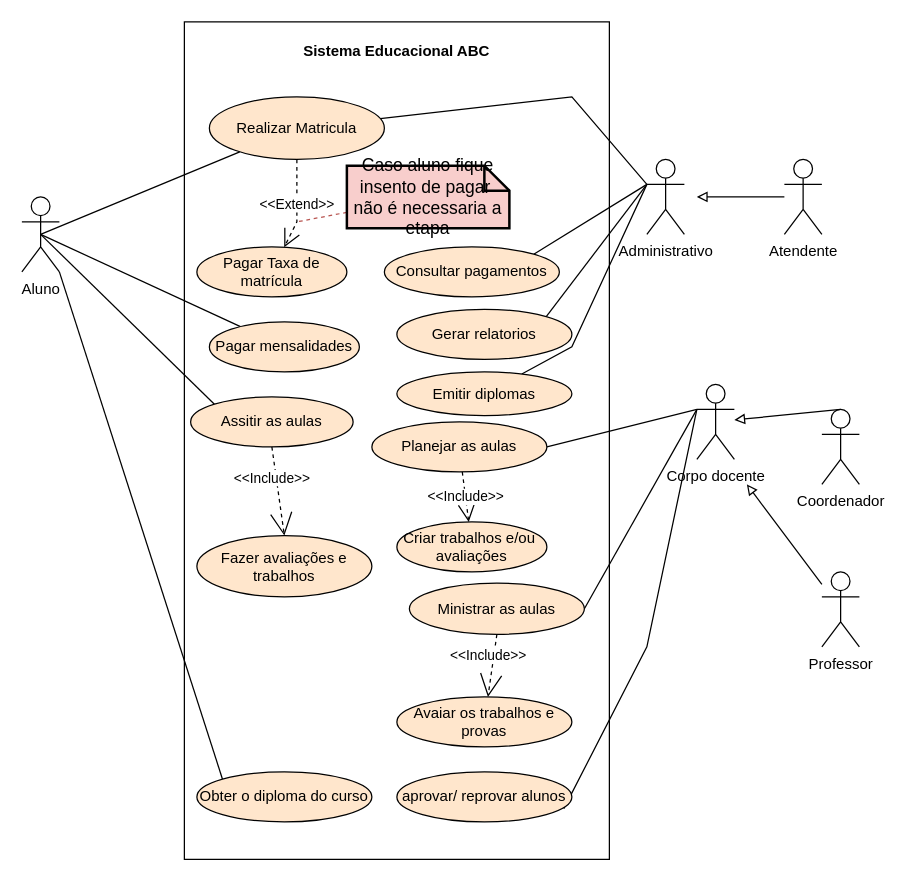
This is CasoDeUso/Diagrama de caso de uso.drawio from EAbeier/Analise-e-Modelagem-de-Sistemas, a draw.io file, before an edit. Source tidied: cells renumbered, new cells numbered last; positions are measured from the earlier drawing's top-left corner, leaving out a move shared by most shapes. Both pictures are drawn from the tidied source at 125%, with x=0, y=0 at pixel (21, 21).
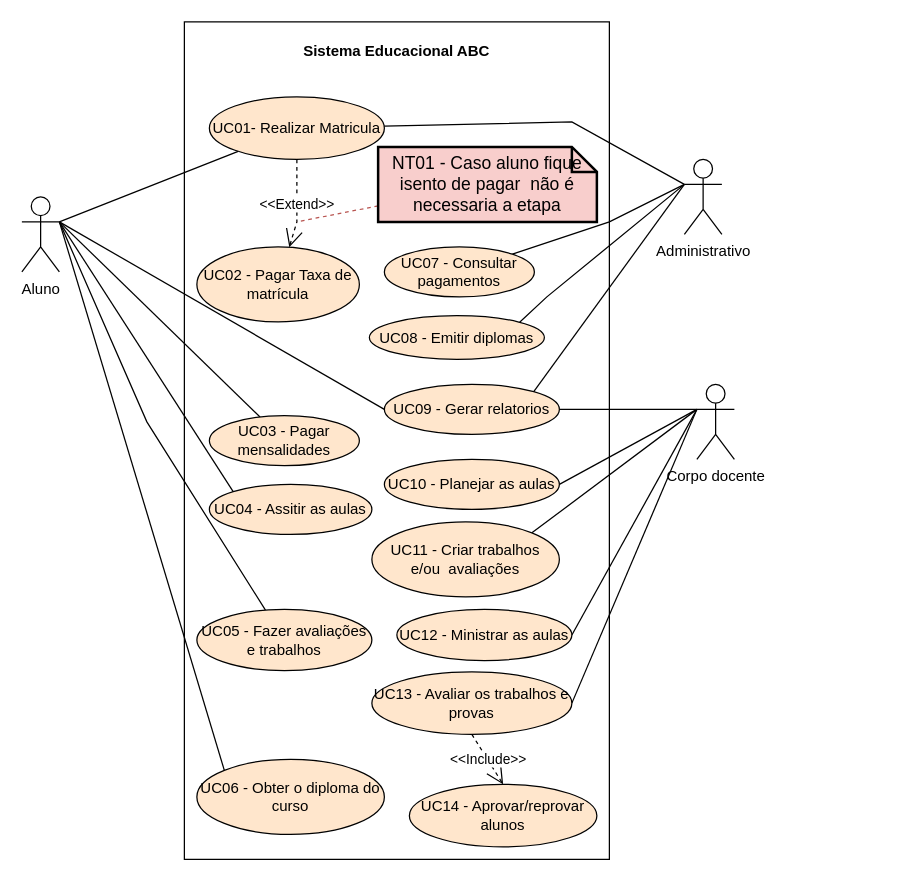
The same diagram, later.

The change refers to these unchanged cells:
```xml
<mxCell id="7" value="Aluno" style="shape=umlActor;verticalLabelPosition=bottom;verticalAlign=top;html=1;outlineConnect=0;" parent="1" vertex="1">
  <mxGeometry y="140" width="30" height="60" as="geometry" />
</mxCell>
<mxCell id="27" value="Corpo docente" style="shape=umlActor;verticalLabelPosition=bottom;verticalAlign=top;html=1;outlineConnect=0;strokeColor=#000000;" parent="1" vertex="1">
  <mxGeometry x="540" y="290" width="30" height="60" as="geometry" />
</mxCell>
```

Change to the diagram source:
```diff
@@
-    <mxCell id="3" style="rounded=0;jettySize=auto;html=1;endArrow=none;endFill=0;exitX=0.5;exitY=0.5;exitDx=0;exitDy=0;exitPerimeter=0;" parent="1" edge="1" source="7" target="14">
+    <mxCell id="3" style="rounded=0;jettySize=auto;html=1;endArrow=none;endFill=0;exitX=1;exitY=0.3333333333333333;exitDx=0;exitDy=0;exitPerimeter=0;" parent="1" edge="1" source="7" target="14">
       <mxGeometry relative="1" as="geometry" />
     </mxCell>
-    <mxCell id="4" style="edgeStyle=none;rounded=0;jettySize=auto;html=1;endArrow=none;endFill=0;exitX=0.5;exitY=0.5;exitDx=0;exitDy=0;exitPerimeter=0;" parent="1" edge="1" source="7" target="28">
+    <mxCell id="4" style="edgeStyle=none;rounded=0;jettySize=auto;html=1;endArrow=none;endFill=0;exitX=1;exitY=0.3333333333333333;exitDx=0;exitDy=0;exitPerimeter=0;" parent="1" edge="1" source="7" target="28">
       <mxGeometry relative="1" as="geometry" />
     </mxCell>
-    <mxCell id="5" style="edgeStyle=none;rounded=0;jettySize=auto;html=1;entryX=0;entryY=0;entryDx=0;entryDy=0;endArrow=none;endFill=0;exitX=0.5;exitY=0.5;exitDx=0;exitDy=0;exitPerimeter=0;" parent="1" edge="1" source="7" target="31">
+    <mxCell id="5" style="edgeStyle=none;rounded=0;jettySize=auto;html=1;entryX=0;entryY=0;entryDx=0;entryDy=0;endArrow=none;endFill=0;exitX=1;exitY=0.3333333333333333;exitDx=0;exitDy=0;exitPerimeter=0;" parent="1" edge="1" source="7" target="31">
       <mxGeometry relative="1" as="geometry" />
     </mxCell>
-    <mxCell id="6" style="edgeStyle=none;rounded=0;jettySize=auto;html=1;exitX=1;exitY=1;exitDx=0;exitDy=0;exitPerimeter=0;entryX=0;entryY=0;entryDx=0;entryDy=0;endArrow=none;endFill=0;" parent="1" edge="1" source="7" target="35">
+    <mxCell id="6" style="edgeStyle=none;rounded=0;jettySize=auto;html=1;exitX=1;exitY=0.3333333333333333;exitDx=0;exitDy=0;exitPerimeter=0;entryX=0;entryY=0;entryDx=0;entryDy=0;endArrow=none;endFill=0;" parent="1" edge="1" source="7" target="35">
       <mxGeometry relative="1" as="geometry" />
     </mxCell>
+    <mxCell id="45" style="rounded=0;jettySize=auto;html=1;endArrow=none;endFill=0;exitX=1;exitY=0.3333333333333333;exitDx=0;exitDy=0;exitPerimeter=0;" parent="1" edge="1" source="7" target="32">
+      <mxGeometry relative="1" as="geometry">
+        <Array as="points">
+          <mxPoint x="100" y="320" />
+        </Array>
+      </mxGeometry>
+    </mxCell>
+    <mxCell id="46" style="edgeStyle=none;rounded=0;jettySize=auto;html=1;exitX=1;exitY=0.3333333333333333;exitDx=0;exitDy=0;exitPerimeter=0;endArrow=none;endFill=0;entryX=0;entryY=0.5;entryDx=0;entryDy=0;" parent="1" edge="1" source="7" target="38">
+      <mxGeometry relative="1" as="geometry" />
+    </mxCell>
@@
     <mxCell id="8" style="edgeStyle=none;rounded=0;jettySize=auto;html=1;endArrow=none;endFill=0;" parent="1" edge="1" target="14">
       <mxGeometry relative="1" as="geometry">
-        <mxPoint x="500" y="130" as="sourcePoint" />
+        <mxPoint x="530" y="130" as="sourcePoint" />
         <Array as="points">
-          <mxPoint x="440" y="60" />
+          <mxPoint x="440" y="80" />
         </Array>
       </mxGeometry>
     </mxCell>
     <mxCell id="9" style="edgeStyle=none;rounded=0;jettySize=auto;html=1;exitX=0;exitY=0.3333333333333333;exitDx=0;exitDy=0;exitPerimeter=0;entryX=1;entryY=0;entryDx=0;entryDy=0;endArrow=none;endFill=0;" parent="1" edge="1" source="12" target="37">
-      <mxGeometry relative="1" as="geometry" />
+      <mxGeometry relative="1" as="geometry">
+        <Array as="points">
+          <mxPoint x="470" y="160" />
+        </Array>
+      </mxGeometry>
     </mxCell>
+    <mxCell id="11" style="edgeStyle=none;rounded=0;jettySize=auto;html=1;exitX=0;exitY=0.3333333333333333;exitDx=0;exitDy=0;exitPerimeter=0;endArrow=none;endFill=0;entryX=1;entryY=0;entryDx=0;entryDy=0;" parent="1" edge="1" source="12" target="39">
+      <mxGeometry relative="1" as="geometry">
+        <Array as="points">
+          <mxPoint x="420" y="220" />
+        </Array>
+      </mxGeometry>
+    </mxCell>
-    <mxCell id="10" style="edgeStyle=none;rounded=0;jettySize=auto;html=1;exitX=0;exitY=0.3333333333333333;exitDx=0;exitDy=0;exitPerimeter=0;entryX=1;entryY=0;entryDx=0;entryDy=0;endArrow=none;endFill=0;" parent="1" edge="1" source="12" target="38">
+    <mxCell id="10" style="edgeStyle=none;rounded=0;jettySize=auto;html=1;entryX=1;entryY=0;entryDx=0;entryDy=0;endArrow=none;endFill=0;exitX=0;exitY=0.3333333333333333;exitDx=0;exitDy=0;exitPerimeter=0;" parent="1" edge="1" source="12" target="38">
       <mxGeometry relative="1" as="geometry" />
     </mxCell>
-    <mxCell id="11" style="edgeStyle=none;rounded=0;jettySize=auto;html=1;exitX=0;exitY=0.3333333333333333;exitDx=0;exitDy=0;exitPerimeter=0;endArrow=none;endFill=0;" parent="1" edge="1" source="12" target="39">
-      <mxGeometry relative="1" as="geometry">
-        <Array as="points">
-          <mxPoint x="440" y="260" />
-        </Array>
-      </mxGeometry>
-    </mxCell>
     <mxCell id="12" value="Administrativo" style="shape=umlActor;verticalLabelPosition=bottom;verticalAlign=top;html=1;outlineConnect=0;" parent="1" vertex="1">
-      <mxGeometry x="500" y="110" width="30" height="60" as="geometry" />
+      <mxGeometry x="530" y="110" width="30" height="60" as="geometry" />
     </mxCell>
-    <mxCell id="13" value="Coordenador" style="shape=umlActor;verticalLabelPosition=bottom;verticalAlign=top;html=1;outlineConnect=0;" parent="1" vertex="1">
-      <mxGeometry x="640" y="310" width="30" height="60" as="geometry" />
-    </mxCell>
-    <mxCell id="14" value="Realizar Matricula" style="ellipse;whiteSpace=wrap;html=1;fillColor=#ffe6cc;strokeColor=#000000;" parent="1" vertex="1">
+    <mxCell id="14" value="UC01- Realizar Matricula" style="ellipse;whiteSpace=wrap;html=1;fillColor=#ffe6cc;strokeColor=#000000;" parent="1" vertex="1">
       <mxGeometry x="150" y="60" width="140" height="50" as="geometry" />
     </mxCell>
-    <mxCell id="15" style="rounded=0;jettySize=auto;html=1;endArrow=block;endFill=0;exitX=0.5;exitY=0;exitDx=0;exitDy=0;exitPerimeter=0;" parent="1" edge="1" source="13" target="27">
-      <mxGeometry relative="1" as="geometry" />
-    </mxCell>
-    <mxCell id="16" style="edgeStyle=none;rounded=0;jettySize=auto;html=1;endArrow=block;endFill=0;" parent="1" edge="1" source="17">
-      <mxGeometry relative="1" as="geometry">
-        <mxPoint x="580" y="370" as="targetPoint" />
-      </mxGeometry>
-    </mxCell>
-    <mxCell id="17" value="Professor" style="shape=umlActor;verticalLabelPosition=bottom;verticalAlign=top;html=1;outlineConnect=0;" parent="1" vertex="1">
-      <mxGeometry x="640" y="440" width="30" height="60" as="geometry" />
-    </mxCell>
-    <mxCell id="18" style="edgeStyle=none;rounded=0;jettySize=auto;html=1;endArrow=block;endFill=0;" parent="1" edge="1" source="19">
-      <mxGeometry relative="1" as="geometry">
-        <mxPoint x="540" y="140" as="targetPoint" />
-      </mxGeometry>
-    </mxCell>
-    <mxCell id="19" value="Atendente" style="shape=umlActor;verticalLabelPosition=bottom;verticalAlign=top;html=1;outlineConnect=0;" parent="1" vertex="1">
-      <mxGeometry x="610" y="110" width="30" height="60" as="geometry" />
-    </mxCell>
-    <mxCell id="20" value="Pagar Taxa de matrícula" style="ellipse;whiteSpace=wrap;html=1;strokeColor=#000000;fillColor=#ffe6cc;" parent="1" vertex="1">
-      <mxGeometry x="140" y="180" width="120" height="40" as="geometry" />
+    <mxCell id="20" value="UC02 - Pagar Taxa de matrícula" style="ellipse;whiteSpace=wrap;html=1;strokeColor=#000000;fillColor=#ffe6cc;" parent="1" vertex="1">
+      <mxGeometry x="140" y="180" width="130" height="60" as="geometry" />
     </mxCell>
@@
-    <mxCell id="23" value="Caso aluno fique insento de pagar&amp;nbsp; não é necessaria a etapa" style="shape=note;strokeWidth=2;fontSize=14;size=20;whiteSpace=wrap;html=1;fillColor=#f8cecc;strokeColor=#000000;" parent="1" vertex="1">
-      <mxGeometry x="260" y="115" width="130" height="50" as="geometry" />
+    <mxCell id="23" value="NT01 - Caso aluno fique isento de pagar&amp;nbsp; não é necessaria a etapa" style="shape=note;strokeWidth=2;fontSize=14;size=20;whiteSpace=wrap;html=1;fillColor=#f8cecc;strokeColor=#000000;" parent="1" vertex="1">
+      <mxGeometry x="285" y="100" width="175" height="60" as="geometry" />
     </mxCell>
@@
-    <mxCell id="26" style="edgeStyle=none;rounded=0;jettySize=auto;html=1;exitX=0;exitY=0.3333333333333333;exitDx=0;exitDy=0;exitPerimeter=0;entryX=0.954;entryY=0.735;entryDx=0;entryDy=0;entryPerimeter=0;endArrow=none;endFill=0;" parent="1" edge="1" source="27" target="40">
-      <mxGeometry relative="1" as="geometry">
-        <Array as="points">
-          <mxPoint x="500" y="500" />
-        </Array>
-      </mxGeometry>
-    </mxCell>
+    <mxCell id="47" style="edgeStyle=none;rounded=0;jettySize=auto;html=1;entryX=1;entryY=0.5;entryDx=0;entryDy=0;endArrow=none;endFill=0;exitX=0;exitY=0.3333333333333333;exitDx=0;exitDy=0;exitPerimeter=0;" parent="1" edge="1" source="27" target="34">
+      <mxGeometry relative="1" as="geometry" />
+    </mxCell>
+    <mxCell id="48" style="edgeStyle=none;rounded=0;jettySize=auto;html=1;endArrow=none;endFill=0;entryX=1;entryY=0;entryDx=0;entryDy=0;" parent="1" edge="1" target="42">
+      <mxGeometry relative="1" as="geometry">
+        <mxPoint x="540" y="310" as="sourcePoint" />
+      </mxGeometry>
+    </mxCell>
+    <mxCell id="49" style="edgeStyle=none;rounded=0;jettySize=auto;html=1;endArrow=none;endFill=0;" parent="1" edge="1" target="38">
+      <mxGeometry relative="1" as="geometry">
+        <mxPoint x="540" y="310" as="sourcePoint" />
+      </mxGeometry>
+    </mxCell>
@@
-    <mxCell id="28" value="Pagar mensalidades" style="ellipse;whiteSpace=wrap;html=1;strokeColor=#000000;fillColor=#ffe6cc;" parent="1" vertex="1">
-      <mxGeometry x="150" y="240" width="120" height="40" as="geometry" />
+    <mxCell id="28" value="UC03 - Pagar mensalidades" style="ellipse;whiteSpace=wrap;html=1;strokeColor=#000000;fillColor=#ffe6cc;" parent="1" vertex="1">
+      <mxGeometry x="150" y="315" width="120" height="40" as="geometry" />
     </mxCell>
-    <mxCell id="29" value="Planejar as aulas" style="ellipse;whiteSpace=wrap;html=1;strokeColor=#000000;fillColor=#ffe6cc;" parent="1" vertex="1">
-      <mxGeometry x="280" y="320" width="140" height="40" as="geometry" />
+    <mxCell id="29" value="UC10 - Planejar as aulas" style="ellipse;whiteSpace=wrap;html=1;strokeColor=#000000;fillColor=#ffe6cc;" parent="1" vertex="1">
+      <mxGeometry x="290" y="350" width="140" height="40" as="geometry" />
     </mxCell>
-    <mxCell id="30" value="Ministrar as aulas" style="ellipse;whiteSpace=wrap;html=1;strokeColor=#000000;fillColor=#FFE6CC;" parent="1" vertex="1">
-      <mxGeometry x="310" y="449" width="140" height="41" as="geometry" />
+    <mxCell id="30" value="UC12 - Ministrar as aulas" style="ellipse;whiteSpace=wrap;html=1;strokeColor=#000000;fillColor=#FFE6CC;" parent="1" vertex="1">
+      <mxGeometry x="300" y="470" width="140" height="41" as="geometry" />
     </mxCell>
-    <mxCell id="31" value="Assitir as aulas" style="ellipse;whiteSpace=wrap;html=1;strokeColor=#000000;fillColor=#FFE6CC;" parent="1" vertex="1">
-      <mxGeometry x="135" y="300" width="130" height="40" as="geometry" />
+    <mxCell id="31" value="UC04 - Assitir as aulas" style="ellipse;whiteSpace=wrap;html=1;strokeColor=#000000;fillColor=#FFE6CC;" parent="1" vertex="1">
+      <mxGeometry x="150" y="370" width="130" height="40" as="geometry" />
     </mxCell>
-    <mxCell id="32" value="Fazer avaliações e trabalhos" style="ellipse;whiteSpace=wrap;html=1;strokeColor=#000000;fillColor=#FFE6CC;" parent="1" vertex="1">
-      <mxGeometry x="140" y="411" width="140" height="49" as="geometry" />
+    <mxCell id="32" value="UC05 - Fazer avaliações e trabalhos" style="ellipse;whiteSpace=wrap;html=1;strokeColor=#000000;fillColor=#FFE6CC;" parent="1" vertex="1">
+      <mxGeometry x="140" y="470" width="140" height="49" as="geometry" />
     </mxCell>
-    <mxCell id="33" value="&amp;lt;&amp;lt;Include&amp;gt;&amp;gt;" style="endArrow=open;endSize=16;endFill=0;html=1;rounded=0;entryX=0.5;entryY=0;entryDx=0;entryDy=0;exitX=0.5;exitY=1;exitDx=0;exitDy=0;dashed=1;" parent="1" edge="1" source="31" target="32">
-      <mxGeometry x="-0.29" y="-4" relative="1" as="geometry" />
-    </mxCell>
-    <mxCell id="34" value="Avaiar os trabalhos e provas" style="ellipse;whiteSpace=wrap;html=1;strokeColor=#000000;fillColor=#FFE6CC;" parent="1" vertex="1">
-      <mxGeometry x="300" y="540" width="140" height="40" as="geometry" />
+    <mxCell id="34" value="UC13 - Avaliar os trabalhos e provas" style="ellipse;whiteSpace=wrap;html=1;strokeColor=#000000;fillColor=#FFE6CC;" parent="1" vertex="1">
+      <mxGeometry x="280" y="520" width="160" height="50" as="geometry" />
     </mxCell>
-    <mxCell id="35" value="Obter o diploma do curso" style="ellipse;whiteSpace=wrap;html=1;strokeColor=#000000;fillColor=#FFE6CC;" parent="1" vertex="1">
-      <mxGeometry x="140" y="600" width="140" height="40" as="geometry" />
+    <mxCell id="35" value="UC06 - Obter o diploma do curso" style="ellipse;whiteSpace=wrap;html=1;strokeColor=#000000;fillColor=#FFE6CC;" parent="1" vertex="1">
+      <mxGeometry x="140" y="590" width="150" height="60" as="geometry" />
     </mxCell>
@@
-    <mxCell id="37" value="Consultar pagamentos" style="ellipse;whiteSpace=wrap;html=1;strokeColor=#000000;fillColor=#FFE6CC;" parent="1" vertex="1">
-      <mxGeometry x="290" y="180" width="140" height="40" as="geometry" />
+    <mxCell id="37" value="UC07 - Consultar pagamentos" style="ellipse;whiteSpace=wrap;html=1;strokeColor=#000000;fillColor=#FFE6CC;" parent="1" vertex="1">
+      <mxGeometry x="290" y="180" width="120" height="40" as="geometry" />
     </mxCell>
-    <mxCell id="38" value="Gerar relatorios" style="ellipse;whiteSpace=wrap;html=1;strokeColor=#000000;fillColor=#FFE6CC;" parent="1" vertex="1">
-      <mxGeometry x="300" y="230" width="140" height="40" as="geometry" />
+    <mxCell id="38" value="UC09 - Gerar relatorios" style="ellipse;whiteSpace=wrap;html=1;strokeColor=#000000;fillColor=#FFE6CC;" parent="1" vertex="1">
+      <mxGeometry x="290" y="290" width="140" height="40" as="geometry" />
     </mxCell>
-    <mxCell id="39" value="Emitir diplomas" style="ellipse;whiteSpace=wrap;html=1;strokeColor=#000000;fillColor=#FFE6CC;" parent="1" vertex="1">
-      <mxGeometry x="300" y="280" width="140" height="35" as="geometry" />
+    <mxCell id="39" value="UC08 - Emitir diplomas" style="ellipse;whiteSpace=wrap;html=1;strokeColor=#000000;fillColor=#FFE6CC;" parent="1" vertex="1">
+      <mxGeometry x="278" y="235" width="140" height="35" as="geometry" />
     </mxCell>
-    <mxCell id="40" value="aprovar/ reprovar alunos" style="ellipse;whiteSpace=wrap;html=1;strokeColor=#000000;fillColor=#FFE6CC;" parent="1" vertex="1">
-      <mxGeometry x="300" y="600" width="140" height="40" as="geometry" />
+    <mxCell id="40" value="UC14 - Aprovar/reprovar alunos" style="ellipse;whiteSpace=wrap;html=1;strokeColor=#000000;fillColor=#FFE6CC;" parent="1" vertex="1">
+      <mxGeometry x="310" y="610" width="150" height="50" as="geometry" />
     </mxCell>
-    <mxCell id="41" value="&amp;lt;&amp;lt;Include&amp;gt;&amp;gt;" style="endArrow=open;endSize=16;endFill=0;html=1;rounded=0;exitX=0.5;exitY=1;exitDx=0;exitDy=0;dashed=1;" parent="1" edge="1" source="30" target="34">
-      <mxGeometry x="-0.29" y="-4" relative="1" as="geometry" />
-    </mxCell>
-    <mxCell id="42" value="Criar trabalhos e/ou&amp;nbsp; avaliações" style="ellipse;whiteSpace=wrap;html=1;strokeColor=#000000;fillColor=#FFE6CC;" parent="1" vertex="1">
-      <mxGeometry x="300" y="400" width="120" height="40" as="geometry" />
+    <mxCell id="42" value="UC11 - Criar trabalhos e/ou&amp;nbsp; avaliações" style="ellipse;whiteSpace=wrap;html=1;strokeColor=#000000;fillColor=#FFE6CC;" parent="1" vertex="1">
+      <mxGeometry x="280" y="400" width="150" height="60" as="geometry" />
     </mxCell>
-    <mxCell id="43" value="&amp;lt;&amp;lt;Include&amp;gt;&amp;gt;" style="endArrow=open;endSize=12;dashed=1;html=1;rounded=0;" parent="1" edge="1" source="29" target="42">
-      <mxGeometry relative="1" as="geometry" />
-    </mxCell>
@@
+    <mxCell id="50" style="edgeStyle=none;rounded=0;orthogonalLoop=1;jettySize=auto;html=1;exitX=0;exitY=0.3333333333333333;exitDx=0;exitDy=0;exitPerimeter=0;endArrow=none;endFill=0;" parent="1" edge="1" source="27" target="27">
+      <mxGeometry relative="1" as="geometry" />
+    </mxCell>
+    <mxCell id="51" value="&amp;lt;&amp;lt;Include&amp;gt;&amp;gt;" style="endArrow=open;endSize=12;dashed=1;html=1;rounded=0;entryX=0.5;entryY=0;entryDx=0;entryDy=0;exitX=0.5;exitY=1;exitDx=0;exitDy=0;" parent="1" edge="1" source="34" target="40">
+      <mxGeometry relative="1" as="geometry" />
+    </mxCell>
```
